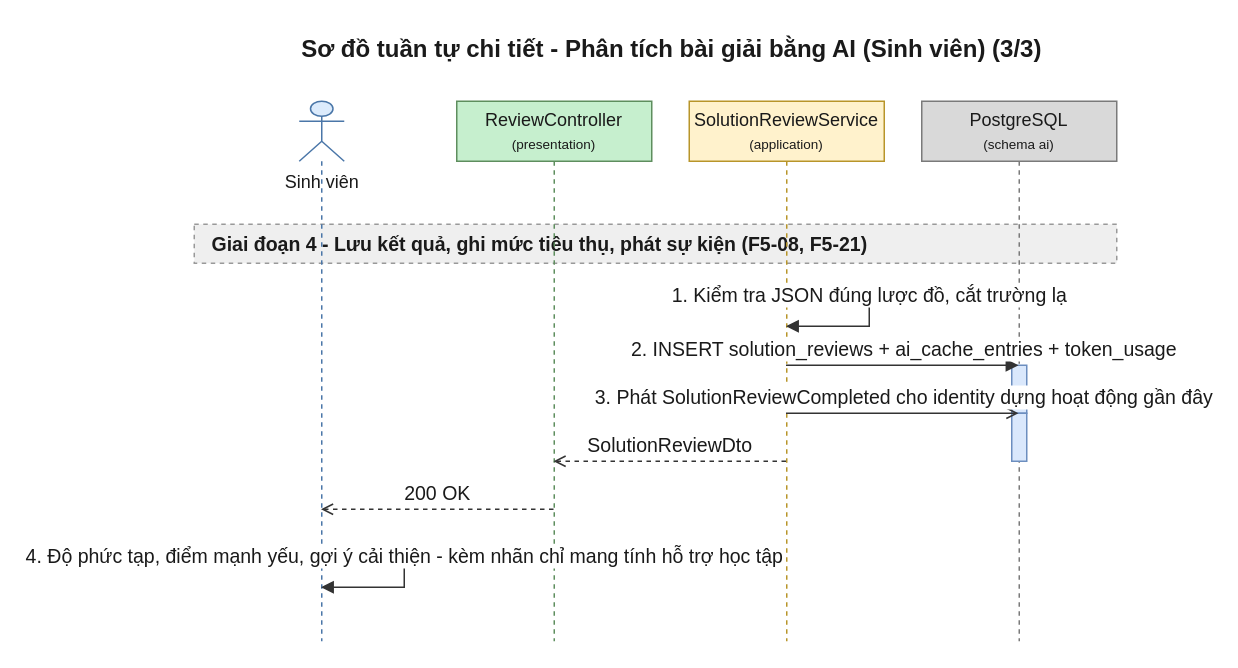
This is 08-diagram/sequence/user/sequence_user_phan_tich_bai_giai_ai_p3.drawio from daiphu1801/PRJ_ALGOPREP, a draw.io file, before an edit. Source tidied: cells renumbered, new cells numbered last; positions are measured from the earlier drawing's top-left corner, leaving out a move shared by most shapes. Both pictures are drawn from the tidied source at 150%, with x=0, y=0 at pixel (194, 26).
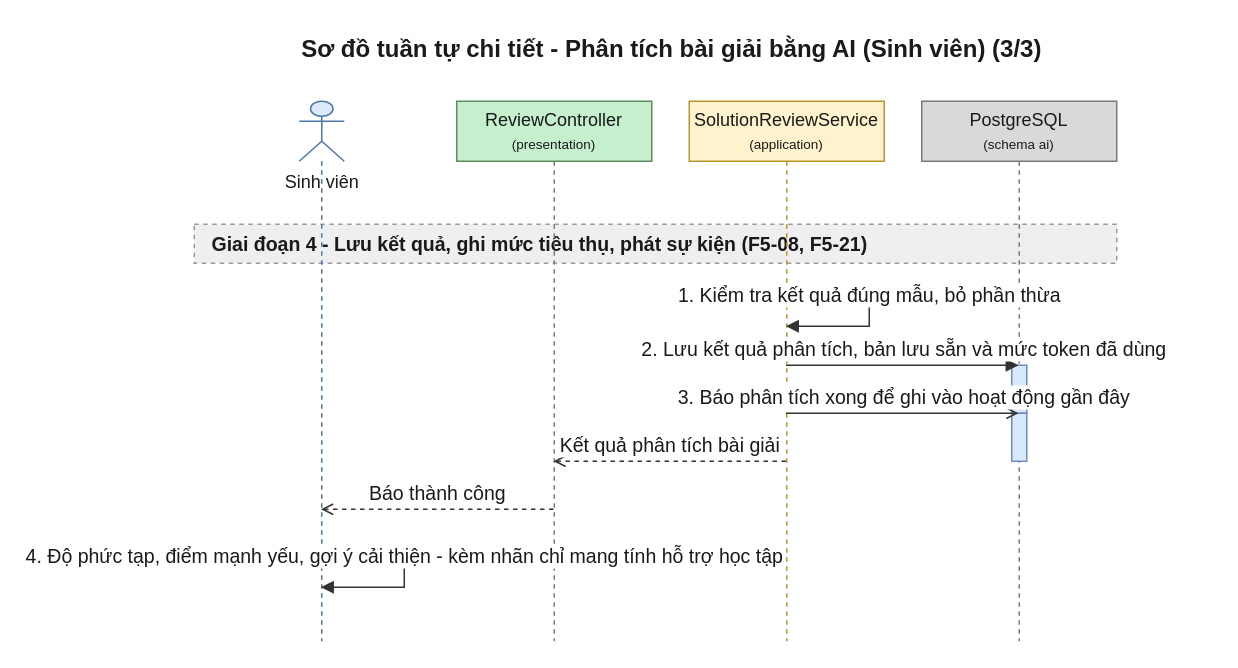
The same diagram, later.

The edit, as a diff of the source:
```diff
@@
 <mxGraphModel>
   <root>
     <mxCell id="0" />
     <mxCell id="1" parent="0" />
     <mxCell id="2" value="Sơ đồ tuần tự chi tiết - Phân tích bài giải bằng AI (Sinh viên) (3/3)" style="text;html=1;fontSize=16;fontStyle=1;align=center;verticalAlign=middle;fontColor=#1A1A1A;" parent="1" vertex="1">
       <mxGeometry x="20" width="595" height="30" as="geometry" />
     </mxCell>
     <mxCell id="3" value="Giai đoạn 4 - Lưu kết quả, ghi mức tiêu thụ, phát sự kiện (F5-08, F5-21)" style="algoprep=phase;rounded=0;whiteSpace=wrap;html=1;fillColor=#EFEFEF;strokeColor=#999999;dashed=1;align=left;verticalAlign=middle;spacingLeft=10;fontColor=#1A1A1A;fontSize=13;fontStyle=1;" parent="1" vertex="1">
       <mxGeometry y="132" width="615" height="26" as="geometry" />
     </mxCell>
     <mxCell id="4" value="Sinh viên" style="shape=umlLifeline;participant=umlActor;perimeter=lifelinePerimeter;html=1;outlineConnect=0;size=40;verticalAlign=top;spacingTop=40;fillColor=#DCEBFC;strokeColor=#4A76A8;fontColor=#1A1A1A;" parent="1" vertex="1">
       <mxGeometry x="70" y="50" width="30" height="360" as="geometry" />
     </mxCell>
     <mxCell id="5" value="ReviewController&lt;br&gt;&lt;font style=&quot;font-size:9px&quot;&gt;(presentation)&lt;/font&gt;" style="shape=umlLifeline;perimeter=lifelinePerimeter;whiteSpace=wrap;html=1;outlineConnect=0;size=40;fillColor=#C6EFCE;strokeColor=#5E8E5E;fontColor=#1A1A1A;" parent="1" vertex="1">
       <mxGeometry x="175" y="50" width="130" height="360" as="geometry" />
     </mxCell>
     <mxCell id="6" value="SolutionReviewService&lt;br&gt;&lt;font style=&quot;font-size:9px&quot;&gt;(application)&lt;/font&gt;" style="shape=umlLifeline;perimeter=lifelinePerimeter;whiteSpace=wrap;html=1;outlineConnect=0;size=40;fillColor=#FFF2CC;strokeColor=#B8952A;fontColor=#1A1A1A;" parent="1" vertex="1">
       <mxGeometry x="330" y="50" width="130" height="360" as="geometry" />
     </mxCell>
     <mxCell id="7" value="PostgreSQL&lt;br&gt;&lt;font style=&quot;font-size:9px&quot;&gt;(schema ai)&lt;/font&gt;" style="shape=umlLifeline;perimeter=lifelinePerimeter;whiteSpace=wrap;html=1;outlineConnect=0;size=40;fillColor=#D9D9D9;strokeColor=#7A7A7A;fontColor=#1A1A1A;" parent="1" vertex="1">
       <mxGeometry x="485" y="50" width="130" height="360" as="geometry" />
     </mxCell>
     <mxCell id="8" style="html=1;perimeter=orthogonalPerimeter;targetShapes=umlLifeline;fillColor=#DAE8FC;strokeColor=#6C8EBF;" parent="7" vertex="1">
       <mxGeometry x="60" y="176" width="10" height="32" as="geometry" />
     </mxCell>
     <mxCell id="9" style="html=1;perimeter=orthogonalPerimeter;targetShapes=umlLifeline;fillColor=#DAE8FC;strokeColor=#6C8EBF;" parent="7" vertex="1">
       <mxGeometry x="60" y="208" width="10" height="32" as="geometry" />
     </mxCell>
-    <mxCell id="10" value="1. Kiểm tra JSON đúng lược đồ, cắt trường lạ" style="edgeStyle=orthogonalEdgeStyle;rounded=0;html=1;endArrow=block;endFill=1;strokeColor=#333333;fontColor=#1A1A1A;fontSize=13;verticalAlign=bottom;exitX=0.5;exitY=0.3611;exitDx=0;exitDy=0;entryX=0.5;entryY=0.4167;entryDx=0;entryDy=0;" parent="1" edge="1" source="6" target="6">
+    <mxCell id="10" value="1. Kiểm tra kết quả đúng mẫu, bỏ phần thừa" style="edgeStyle=orthogonalEdgeStyle;rounded=0;html=1;endArrow=block;endFill=1;strokeColor=#333333;fontColor=#1A1A1A;fontSize=13;verticalAlign=bottom;exitX=0.5;exitY=0.3611;exitDx=0;exitDy=0;entryX=0.5;entryY=0.4167;entryDx=0;entryDy=0;" parent="1" edge="1" source="6" target="6">
       <mxGeometry relative="1" as="geometry">
         <Array as="points">
           <mxPoint x="450" y="180" />
           <mxPoint x="450" y="200" />
         </Array>
       </mxGeometry>
     </mxCell>
-    <mxCell id="11" value="2. INSERT solution_reviews + ai_cache_entries + token_usage" style="edgeStyle=none;html=1;endArrow=block;endFill=1;strokeColor=#333333;fontColor=#1A1A1A;fontSize=13;verticalAlign=bottom;exitX=0.5;exitY=0.4889;exitDx=0;exitDy=0;entryX=0.5;entryY=0.4889;entryDx=0;entryDy=0;" parent="1" edge="1" source="6" target="7">
+    <mxCell id="11" value="2. Lưu kết quả phân tích, bản lưu sẵn và mức token đã dùng" style="edgeStyle=none;html=1;endArrow=block;endFill=1;strokeColor=#333333;fontColor=#1A1A1A;fontSize=13;verticalAlign=bottom;exitX=0.5;exitY=0.4889;exitDx=0;exitDy=0;entryX=0.5;entryY=0.4889;entryDx=0;entryDy=0;" parent="1" edge="1" source="6" target="7">
       <mxGeometry relative="1" as="geometry" />
     </mxCell>
-    <mxCell id="12" value="3. Phát SolutionReviewCompleted cho identity dựng hoạt động gần đây" style="edgeStyle=none;html=1;endArrow=open;endFill=0;strokeColor=#333333;fontColor=#1A1A1A;fontSize=13;verticalAlign=bottom;exitX=0.5;exitY=0.5778;exitDx=0;exitDy=0;entryX=0.5;entryY=0.5778;entryDx=0;entryDy=0;" parent="1" edge="1" source="6" target="7">
+    <mxCell id="12" value="3. Báo phân tích xong để ghi vào hoạt động gần đây" style="edgeStyle=none;html=1;endArrow=open;endFill=0;strokeColor=#333333;fontColor=#1A1A1A;fontSize=13;verticalAlign=bottom;exitX=0.5;exitY=0.5778;exitDx=0;exitDy=0;entryX=0.5;entryY=0.5778;entryDx=0;entryDy=0;" parent="1" edge="1" source="6" target="7">
       <mxGeometry relative="1" as="geometry" />
     </mxCell>
-    <mxCell id="13" value="SolutionReviewDto" style="edgeStyle=none;html=1;endArrow=open;endFill=0;dashed=1;strokeColor=#333333;fontColor=#1A1A1A;fontSize=13;verticalAlign=bottom;exitX=0.5;exitY=0.6667;exitDx=0;exitDy=0;entryX=0.5;entryY=0.6667;entryDx=0;entryDy=0;" parent="1" edge="1" source="6" target="5">
+    <mxCell id="13" value="Kết quả phân tích bài giải" style="edgeStyle=none;html=1;endArrow=open;endFill=0;dashed=1;strokeColor=#333333;fontColor=#1A1A1A;fontSize=13;verticalAlign=bottom;exitX=0.5;exitY=0.6667;exitDx=0;exitDy=0;entryX=0.5;entryY=0.6667;entryDx=0;entryDy=0;" parent="1" edge="1" source="6" target="5">
       <mxGeometry relative="1" as="geometry" />
     </mxCell>
-    <mxCell id="14" value="200 OK" style="edgeStyle=none;html=1;endArrow=open;endFill=0;dashed=1;strokeColor=#333333;fontColor=#1A1A1A;fontSize=13;verticalAlign=bottom;exitX=0.5;exitY=0.7556;exitDx=0;exitDy=0;entryX=0.5;entryY=0.7556;entryDx=0;entryDy=0;" parent="1" edge="1" source="5" target="4">
+    <mxCell id="14" value="Báo thành công" style="edgeStyle=none;html=1;endArrow=open;endFill=0;dashed=1;strokeColor=#333333;fontColor=#1A1A1A;fontSize=13;verticalAlign=bottom;exitX=0.5;exitY=0.7556;exitDx=0;exitDy=0;entryX=0.5;entryY=0.7556;entryDx=0;entryDy=0;" parent="1" edge="1" source="5" target="4">
       <mxGeometry relative="1" as="geometry" />
     </mxCell>
     <mxCell id="15" value="4. Độ phức tạp, điểm mạnh yếu, gợi ý cải thiện - kèm nhãn chỉ mang tính hỗ trợ học tập" style="edgeStyle=orthogonalEdgeStyle;rounded=0;html=1;endArrow=block;endFill=1;strokeColor=#333333;fontColor=#1A1A1A;fontSize=13;verticalAlign=bottom;exitX=0.5;exitY=0.8444;exitDx=0;exitDy=0;entryX=0.5;entryY=0.9000;entryDx=0;entryDy=0;" parent="1" edge="1" source="4" target="4">
       <mxGeometry relative="1" as="geometry">
         <Array as="points">
           <mxPoint x="140" y="354" />
           <mxPoint x="140" y="374" />
         </Array>
       </mxGeometry>
     </mxCell>
   </root>
 </mxGraphModel>
```
